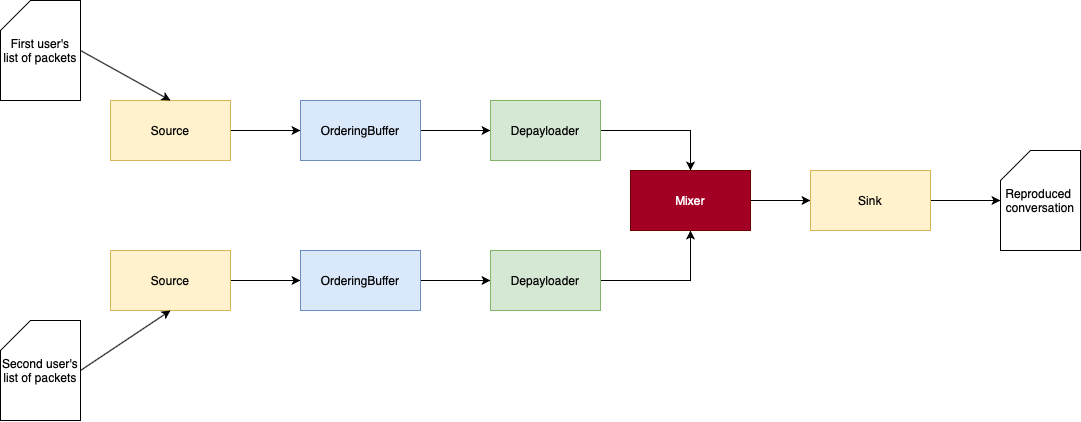
Earlier version of the draw.io export basic_pipeline/assets/images/basic_pipeline.png (membraneframework/membrane_tutorials). Source tidied: cells renumbered, new cells last; positions are measured from the earlier drawing's top-left corner, leaving out a move shared by most shapes.
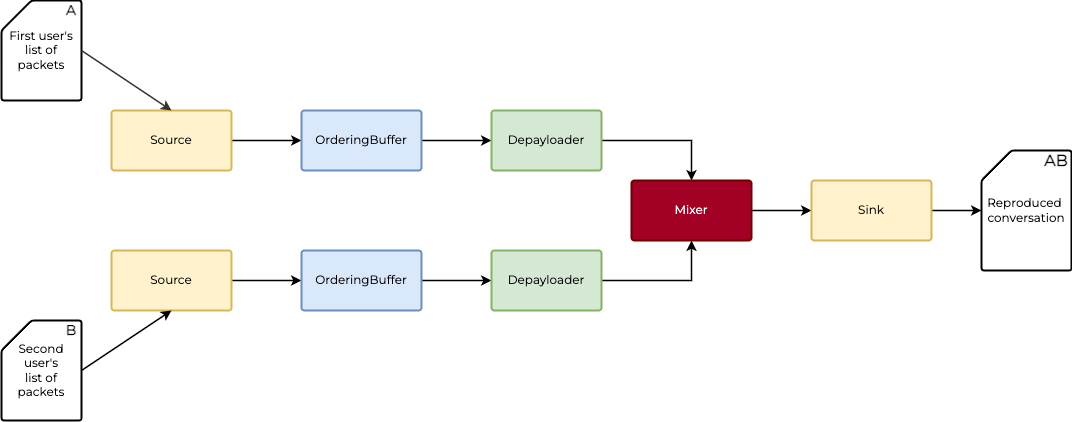
The same diagram one commit later.

Diff of the diagram source:
```diff
@@ -2,68 +2,82 @@
   <root>
     <mxCell id="0" />
     <mxCell id="1" parent="0" />
-    <mxCell id="2" style="edgeStyle=orthogonalEdgeStyle;rounded=0;jettySize=auto;html=1;exitX=1;exitY=0.5;exitDx=0;exitDy=0;entryX=0;entryY=0.5;entryDx=0;entryDy=0;" parent="1" edge="1" source="3" target="7">
-      <mxGeometry relative="1" as="geometry" />
+    <mxCell id="2" style="edgeStyle=orthogonalEdgeStyle;rounded=1;jettySize=auto;html=1;exitX=1;exitY=0.5;exitDx=0;exitDy=0;entryX=0;entryY=0.5;entryDx=0;entryDy=0;strokeWidth=1.5;strokeColor=#000000;" parent="1" edge="1" source="3" target="7">
+      <mxGeometry relative="1" as="geometry">
+        <Array as="points">
+          <mxPoint x="270" y="130" />
+          <mxPoint x="270" y="130" />
+        </Array>
+      </mxGeometry>
     </mxCell>
-    <mxCell id="3" value="Source" style="rounded=0;whiteSpace=wrap;html=1;fillColor=#fff2cc;strokeColor=#d6b656;" parent="1" vertex="1">
+    <mxCell id="3" value="&lt;font face=&quot;Montserrat&quot; size=&quot;1&quot;&gt;&lt;span style=&quot;font-size: 12px&quot;&gt;Source&lt;/span&gt;&lt;/font&gt;" style="rounded=1;whiteSpace=wrap;html=1;fillColor=#fff2cc;strokeColor=#d6b656;strokeWidth=2;arcSize=5;sketch=0;" parent="1" vertex="1">
       <mxGeometry x="110" y="100" width="120" height="60" as="geometry" />
     </mxCell>
-    <mxCell id="4" style="edgeStyle=orthogonalEdgeStyle;rounded=0;jettySize=auto;html=1;exitX=1;exitY=0.5;exitDx=0;exitDy=0;entryX=0;entryY=0.5;entryDx=0;entryDy=0;" parent="1" edge="1" source="5" target="11">
+    <mxCell id="4" style="edgeStyle=orthogonalEdgeStyle;rounded=0;jettySize=auto;html=1;exitX=1;exitY=0.5;exitDx=0;exitDy=0;entryX=0;entryY=0.5;entryDx=0;entryDy=0;strokeWidth=1.5;" parent="1" edge="1" source="5" target="11">
       <mxGeometry relative="1" as="geometry" />
     </mxCell>
-    <mxCell id="5" value="Source" style="rounded=0;whiteSpace=wrap;html=1;fillColor=#fff2cc;strokeColor=#d6b656;" parent="1" vertex="1">
-      <mxGeometry x="110" y="250" width="120" height="60" as="geometry" />
+    <mxCell id="5" value="&lt;font face=&quot;Montserrat&quot;&gt;Source&lt;/font&gt;" style="rounded=1;whiteSpace=wrap;html=1;fillColor=#fff2cc;strokeColor=#d6b656;strokeWidth=2;arcSize=5;sketch=0;" parent="1" vertex="1">
+      <mxGeometry x="110" y="240" width="120" height="60" as="geometry" />
     </mxCell>
-    <mxCell id="6" style="edgeStyle=orthogonalEdgeStyle;rounded=0;jettySize=auto;html=1;exitX=1;exitY=0.5;exitDx=0;exitDy=0;entryX=0;entryY=0.5;entryDx=0;entryDy=0;" parent="1" edge="1" source="7" target="9">
+    <mxCell id="6" style="edgeStyle=orthogonalEdgeStyle;rounded=0;jettySize=auto;html=1;exitX=1;exitY=0.5;exitDx=0;exitDy=0;entryX=0;entryY=0.5;entryDx=0;entryDy=0;strokeWidth=1.5;strokeColor=#000000;" parent="1" edge="1" source="7" target="9">
       <mxGeometry relative="1" as="geometry" />
     </mxCell>
-    <mxCell id="7" value="OrderingBuffer" style="rounded=0;whiteSpace=wrap;html=1;fillColor=#dae8fc;strokeColor=#6c8ebf;" parent="1" vertex="1">
+    <mxCell id="7" value="&lt;font face=&quot;Montserrat&quot;&gt;OrderingBuffer&lt;/font&gt;" style="rounded=1;whiteSpace=wrap;html=1;fillColor=#dae8fc;strokeColor=#6c8ebf;strokeWidth=2;perimeterSpacing=0;arcSize=5;sketch=0;imageWidth=24;" parent="1" vertex="1">
       <mxGeometry x="300" y="100" width="120" height="60" as="geometry" />
     </mxCell>
-    <mxCell id="8" style="edgeStyle=orthogonalEdgeStyle;rounded=0;jettySize=auto;html=1;exitX=1;exitY=0.5;exitDx=0;exitDy=0;entryX=0.5;entryY=0;entryDx=0;entryDy=0;" parent="1" edge="1" source="9" target="15">
+    <mxCell id="8" style="edgeStyle=orthogonalEdgeStyle;rounded=0;jettySize=auto;html=1;exitX=1;exitY=0.5;exitDx=0;exitDy=0;entryX=0.5;entryY=0;entryDx=0;entryDy=0;strokeWidth=1.5;" parent="1" edge="1" source="9" target="15">
       <mxGeometry relative="1" as="geometry" />
     </mxCell>
-    <mxCell id="9" value="Depayloader" style="rounded=0;whiteSpace=wrap;html=1;fillColor=#d5e8d4;strokeColor=#82b366;" parent="1" vertex="1">
+    <mxCell id="9" value="&lt;font face=&quot;Montserrat&quot;&gt;Depayloader&lt;/font&gt;" style="rounded=1;whiteSpace=wrap;html=1;fillColor=#d5e8d4;strokeColor=#82b366;strokeWidth=2;arcSize=5;glass=0;sketch=0;" parent="1" vertex="1">
       <mxGeometry x="490" y="100" width="110" height="60" as="geometry" />
     </mxCell>
-    <mxCell id="10" style="edgeStyle=orthogonalEdgeStyle;rounded=0;jettySize=auto;html=1;exitX=1;exitY=0.5;exitDx=0;exitDy=0;entryX=0;entryY=0.5;entryDx=0;entryDy=0;" parent="1" edge="1" source="11" target="13">
+    <mxCell id="10" style="edgeStyle=orthogonalEdgeStyle;rounded=0;jettySize=auto;html=1;exitX=1;exitY=0.5;exitDx=0;exitDy=0;entryX=0;entryY=0.5;entryDx=0;entryDy=0;strokeWidth=1.5;" parent="1" edge="1" source="11" target="13">
       <mxGeometry relative="1" as="geometry" />
     </mxCell>
-    <mxCell id="11" value="OrderingBuffer" style="rounded=0;whiteSpace=wrap;html=1;fillColor=#dae8fc;strokeColor=#6c8ebf;" parent="1" vertex="1">
-      <mxGeometry x="300" y="250" width="120" height="60" as="geometry" />
+    <mxCell id="11" value="&lt;font face=&quot;Montserrat&quot;&gt;OrderingBuffer&lt;/font&gt;" style="rounded=1;whiteSpace=wrap;html=1;fillColor=#dae8fc;strokeColor=#6c8ebf;strokeWidth=2;arcSize=5;sketch=0;" parent="1" vertex="1">
+      <mxGeometry x="300" y="240" width="120" height="60" as="geometry" />
     </mxCell>
-    <mxCell id="12" style="edgeStyle=orthogonalEdgeStyle;rounded=0;jettySize=auto;html=1;exitX=1;exitY=0.5;exitDx=0;exitDy=0;entryX=0.5;entryY=1;entryDx=0;entryDy=0;" parent="1" edge="1" source="13" target="15">
+    <mxCell id="12" style="edgeStyle=orthogonalEdgeStyle;rounded=0;jettySize=auto;html=1;exitX=1;exitY=0.5;exitDx=0;exitDy=0;entryX=0.5;entryY=1;entryDx=0;entryDy=0;strokeWidth=1.5;" parent="1" edge="1" source="13" target="15">
       <mxGeometry relative="1" as="geometry" />
     </mxCell>
-    <mxCell id="13" value="Depayloader" style="rounded=0;whiteSpace=wrap;html=1;fillColor=#d5e8d4;strokeColor=#82b366;" parent="1" vertex="1">
-      <mxGeometry x="490" y="250" width="110" height="60" as="geometry" />
+    <mxCell id="13" value="&lt;font face=&quot;Montserrat&quot;&gt;Depayloader&lt;/font&gt;" style="rounded=1;whiteSpace=wrap;html=1;fillColor=#d5e8d4;strokeColor=#82b366;strokeWidth=2;arcSize=5;glass=0;sketch=0;" parent="1" vertex="1">
+      <mxGeometry x="490" y="240" width="110" height="60" as="geometry" />
     </mxCell>
-    <mxCell id="14" style="edgeStyle=orthogonalEdgeStyle;rounded=0;jettySize=auto;html=1;exitX=1;exitY=0.5;exitDx=0;exitDy=0;" parent="1" edge="1" source="15" target="17">
+    <mxCell id="14" style="edgeStyle=orthogonalEdgeStyle;rounded=0;jettySize=auto;html=1;exitX=1;exitY=0.5;exitDx=0;exitDy=0;strokeWidth=1.5;" parent="1" edge="1" source="15" target="17">
       <mxGeometry relative="1" as="geometry" />
     </mxCell>
-    <mxCell id="15" value="Mixer" style="rounded=0;whiteSpace=wrap;html=1;fillColor=#a20025;fontColor=#ffffff;strokeColor=#6F0000;" parent="1" vertex="1">
+    <mxCell id="15" value="&lt;font face=&quot;Montserrat&quot;&gt;Mixer&lt;/font&gt;" style="rounded=1;whiteSpace=wrap;html=1;fillColor=#a20025;fontColor=#ffffff;strokeColor=#6F0000;strokeWidth=2;arcSize=5;" parent="1" vertex="1">
       <mxGeometry x="630" y="170" width="120" height="60" as="geometry" />
     </mxCell>
-    <mxCell id="16" style="edgeStyle=orthogonalEdgeStyle;rounded=0;jettySize=auto;html=1;exitX=1;exitY=0.5;exitDx=0;exitDy=0;" parent="1" edge="1" source="17" target="22">
+    <mxCell id="16" style="edgeStyle=orthogonalEdgeStyle;rounded=0;jettySize=auto;html=1;exitX=1;exitY=0.5;exitDx=0;exitDy=0;strokeWidth=1.5;" parent="1" edge="1" source="17" target="22">
       <mxGeometry relative="1" as="geometry" />
     </mxCell>
-    <mxCell id="17" value="Sink" style="rounded=0;whiteSpace=wrap;html=1;fillColor=#fff2cc;strokeColor=#d6b656;" parent="1" vertex="1">
+    <mxCell id="17" value="&lt;font face=&quot;Montserrat&quot;&gt;Sink&lt;/font&gt;" style="rounded=1;whiteSpace=wrap;html=1;fillColor=#fff2cc;strokeColor=#d6b656;arcSize=5;strokeWidth=2;" parent="1" vertex="1">
       <mxGeometry x="810" y="170" width="120" height="60" as="geometry" />
     </mxCell>
-    <mxCell id="18" value="First user's&lt;br&gt;list of packets" style="shape=card;whiteSpace=wrap;html=1;" parent="1" vertex="1">
-      <mxGeometry width="80" height="100" as="geometry" />
+    <mxCell id="18" value="&lt;font face=&quot;Montserrat&quot;&gt;First user's&lt;br&gt;list of packets&lt;/font&gt;" style="shape=card;whiteSpace=wrap;html=1;strokeWidth=2;rounded=1;size=30;arcSize=5;" parent="1" vertex="1">
+      <mxGeometry y="-10" width="80" height="100" as="geometry" />
     </mxCell>
-    <mxCell id="19" value="Second user's&lt;br&gt;list of packets" style="shape=card;whiteSpace=wrap;html=1;" parent="1" vertex="1">
-      <mxGeometry y="320" width="80" height="100" as="geometry" />
+    <mxCell id="19" value="&lt;font face=&quot;Montserrat&quot;&gt;Second user's&lt;br&gt;list of packets&lt;/font&gt;" style="shape=card;whiteSpace=wrap;html=1;strokeWidth=2;rounded=1;arcSize=5;" parent="1" vertex="1">
+      <mxGeometry y="310" width="80" height="100" as="geometry" />
     </mxCell>
-    <mxCell id="20" style="endArrow=classic;html=1;rounded=0;entryX=0.5;entryY=0;entryDx=0;entryDy=0;exitX=1;exitY=0.5;exitDx=0;exitDy=0;exitPerimeter=0;" parent="1" edge="1" source="18" target="3">
+    <mxCell id="20" style="endArrow=classic;html=1;rounded=0;entryX=0.5;entryY=0;entryDx=0;entryDy=0;exitX=1;exitY=0.5;exitDx=0;exitDy=0;exitPerimeter=0;strokeWidth=1.5;endFill=1;endSize=6;targetPerimeterSpacing=0;strokeColor=#333333;" parent="1" edge="1" source="18" target="3">
       <mxGeometry relative="1" as="geometry" />
     </mxCell>
-    <mxCell id="21" style="endArrow=classic;html=1;rounded=0;entryX=0.5;entryY=1;entryDx=0;entryDy=0;exitX=1;exitY=0.5;exitDx=0;exitDy=0;exitPerimeter=0;" parent="1" edge="1" source="19" target="5">
+    <mxCell id="21" style="endArrow=classic;html=1;rounded=0;entryX=0.5;entryY=1;entryDx=0;entryDy=0;exitX=1;exitY=0.5;exitDx=0;exitDy=0;exitPerimeter=0;strokeWidth=1.5;" parent="1" edge="1" source="19" target="5">
       <mxGeometry relative="1" as="geometry" />
     </mxCell>
-    <mxCell id="22" value="Reproduced&amp;nbsp;&lt;br&gt;conversation" style="shape=card;whiteSpace=wrap;html=1;" parent="1" vertex="1">
-      <mxGeometry x="1000" y="150" width="80" height="100" as="geometry" />
+    <mxCell id="22" value="&lt;font face=&quot;Montserrat&quot;&gt;Reproduced&amp;nbsp;&lt;br&gt;conversation&lt;/font&gt;" style="shape=card;whiteSpace=wrap;html=1;rounded=1;strokeWidth=2;arcSize=5;" parent="1" vertex="1">
+      <mxGeometry x="980" y="140" width="90" height="120" as="geometry" />
     </mxCell>
+    <mxCell id="23" value="&lt;b&gt;A&lt;/b&gt;" style="whiteSpace=wrap;html=1;rounded=0;glass=0;sketch=0;fontFamily=Montserrat;fontSource=https%3A%2F%2Ffonts.googleapis.com%2Fcss%3Ffamily%3DMontserrat;fontSize=14;strokeColor=none;strokeWidth=2;fillColor=none;" parent="1" vertex="1">
+      <mxGeometry x="60" y="-10" width="20" height="20" as="geometry" />
+    </mxCell>
+    <mxCell id="24" value="&lt;b&gt;B&lt;/b&gt;" style="whiteSpace=wrap;html=1;rounded=0;glass=0;sketch=0;fontFamily=Montserrat;fontSource=https%3A%2F%2Ffonts.googleapis.com%2Fcss%3Ffamily%3DMontserrat;fontSize=14;strokeColor=none;strokeWidth=2;fillColor=none;" parent="1" vertex="1">
+      <mxGeometry x="60" y="310" width="20" height="20" as="geometry" />
+    </mxCell>
+    <mxCell id="25" value="&lt;b&gt;&lt;font style=&quot;font-size: 16px&quot;&gt;AB&lt;/font&gt;&lt;/b&gt;" style="whiteSpace=wrap;html=1;rounded=0;glass=0;sketch=0;fontFamily=Montserrat;fontSource=https%3A%2F%2Ffonts.googleapis.com%2Fcss%3Ffamily%3DMontserrat;fontSize=14;strokeColor=none;strokeWidth=2;fillColor=none;" parent="1" vertex="1">
+      <mxGeometry x="1040" y="140" width="30" height="20" as="geometry" />
+    </mxCell>
   </root>
 </mxGraphModel>
```
